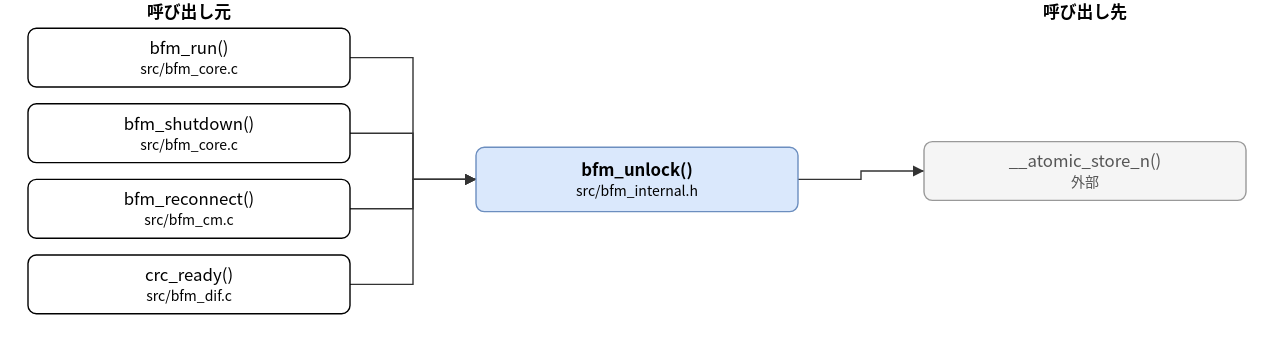
hf355051012-ai/bfmem keeps this draw.io diagram as doc/spec/images/call_src_bfm_internal-bfm_unlock.drawio.svg. Above is the earlier version. Source tidied: cells renumbered, new cells last; positions are measured from the earlier drawing's top-left corner, leaving out a move shared by most shapes.
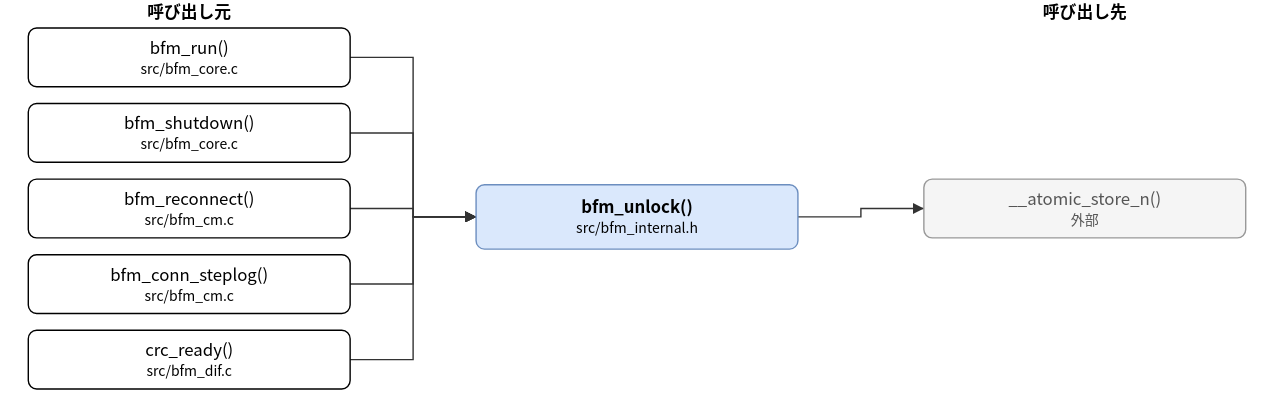
Later version of the same file.

Change to the diagram source:
```diff
@@ -3,7 +3,7 @@
     <mxCell id="0" />
     <mxCell id="1" parent="0" />
     <mxCell id="2" value="bfm_unlock()&lt;br&gt;&lt;font style=&quot;font-size:10px&quot;&gt;src/bfm_internal.h&lt;/font&gt;" style="rounded=1;whiteSpace=wrap;html=1;fillColor=#dae8fc;strokeColor=#6c8ebf;fontStyle=1;" parent="1" vertex="1">
-      <mxGeometry x="320" y="105" width="230" height="46" as="geometry" />
+      <mxGeometry x="320" y="132" width="230" height="46" as="geometry" />
     </mxCell>
     <mxCell id="3" value="bfm_run()&lt;br&gt;&lt;font style=&quot;font-size:10px&quot;&gt;src/bfm_core.c&lt;/font&gt;" style="rounded=1;whiteSpace=wrap;html=1;" parent="1" vertex="1">
       <mxGeometry y="20" width="230" height="42" as="geometry" />
@@ -14,17 +14,20 @@
     <mxCell id="5" value="bfm_reconnect()&lt;br&gt;&lt;font style=&quot;font-size:10px&quot;&gt;src/bfm_cm.c&lt;/font&gt;" style="rounded=1;whiteSpace=wrap;html=1;" parent="1" vertex="1">
       <mxGeometry y="128" width="230" height="42" as="geometry" />
     </mxCell>
-    <mxCell id="6" value="crc_ready()&lt;br&gt;&lt;font style=&quot;font-size:10px&quot;&gt;src/bfm_dif.c&lt;/font&gt;" style="rounded=1;whiteSpace=wrap;html=1;" parent="1" vertex="1">
+    <mxCell id="6" value="bfm_conn_steplog()&lt;br&gt;&lt;font style=&quot;font-size:10px&quot;&gt;src/bfm_cm.c&lt;/font&gt;" style="rounded=1;whiteSpace=wrap;html=1;" parent="1" vertex="1">
       <mxGeometry y="182" width="230" height="42" as="geometry" />
     </mxCell>
+    <mxCell id="15" value="crc_ready()&lt;br&gt;&lt;font style=&quot;font-size:10px&quot;&gt;src/bfm_dif.c&lt;/font&gt;" style="rounded=1;whiteSpace=wrap;html=1;" parent="1" vertex="1">
+      <mxGeometry y="236" width="230" height="42" as="geometry" />
+    </mxCell>
     <mxCell id="7" value="__atomic_store_n()&lt;br&gt;&lt;font style=&quot;font-size:10px&quot;&gt;外部&lt;/font&gt;" style="rounded=1;whiteSpace=wrap;html=1;fillColor=#f5f5f5;strokeColor=#999999;fontColor=#555555;" parent="1" vertex="1">
-      <mxGeometry x="640" y="101" width="230" height="42" as="geometry" />
+      <mxGeometry x="640" y="128" width="230" height="42" as="geometry" />
     </mxCell>
     <mxCell id="8" style="edgeStyle=none;html=1;rounded=0;endArrow=block;endFill=1;exitX=1.0000;exitY=0.5000;exitDx=0;exitDy=0;exitPerimeter=0;entryX=0.0000;entryY=0.5000;entryDx=0;entryDy=0;entryPerimeter=0;" parent="1" edge="1" source="3" target="2">
       <mxGeometry relative="1" as="geometry">
         <Array as="points">
           <mxPoint x="275" y="41" />
-          <mxPoint x="275" y="128" />
+          <mxPoint x="275" y="155" />
         </Array>
       </mxGeometry>
     </mxCell>
@@ -32,7 +35,7 @@
       <mxGeometry relative="1" as="geometry">
         <Array as="points">
           <mxPoint x="275" y="95" />
-          <mxPoint x="275" y="128" />
+          <mxPoint x="275" y="155" />
         </Array>
       </mxGeometry>
     </mxCell>
@@ -40,7 +43,7 @@
       <mxGeometry relative="1" as="geometry">
         <Array as="points">
           <mxPoint x="275" y="149" />
-          <mxPoint x="275" y="128" />
+          <mxPoint x="275" y="155" />
         </Array>
       </mxGeometry>
     </mxCell>
@@ -48,18 +51,26 @@
       <mxGeometry relative="1" as="geometry">
         <Array as="points">
           <mxPoint x="275" y="203" />
-          <mxPoint x="275" y="128" />
+          <mxPoint x="275" y="155" />
         </Array>
       </mxGeometry>
     </mxCell>
-    <mxCell id="12" style="edgeStyle=none;html=1;rounded=0;endArrow=block;endFill=1;exitX=1.0000;exitY=0.5000;exitDx=0;exitDy=0;exitPerimeter=0;entryX=0.0000;entryY=0.5000;entryDx=0;entryDy=0;entryPerimeter=0;" parent="1" edge="1" source="2" target="7">
+    <mxCell id="12" style="edgeStyle=none;html=1;rounded=0;endArrow=block;endFill=1;exitX=1.0000;exitY=0.5000;exitDx=0;exitDy=0;exitPerimeter=0;entryX=0.0000;entryY=0.5000;entryDx=0;entryDy=0;entryPerimeter=0;" parent="1" edge="1" source="15" target="2">
       <mxGeometry relative="1" as="geometry">
         <Array as="points">
-          <mxPoint x="595" y="128" />
-          <mxPoint x="595" y="122" />
+          <mxPoint x="275" y="257" />
+          <mxPoint x="275" y="155" />
         </Array>
       </mxGeometry>
     </mxCell>
+    <mxCell id="16" style="edgeStyle=none;html=1;rounded=0;endArrow=block;endFill=1;exitX=1.0000;exitY=0.5000;exitDx=0;exitDy=0;exitPerimeter=0;entryX=0.0000;entryY=0.5000;entryDx=0;entryDy=0;entryPerimeter=0;" parent="1" edge="1" source="2" target="7">
+      <mxGeometry relative="1" as="geometry">
+        <Array as="points">
+          <mxPoint x="595" y="155" />
+          <mxPoint x="595" y="149" />
+        </Array>
+      </mxGeometry>
+    </mxCell>
     <mxCell id="13" value="呼び出し元" style="text;html=1;align=center;fontStyle=1;" parent="1" vertex="1">
       <mxGeometry x="35" width="160" height="18" as="geometry" />
     </mxCell>
```
